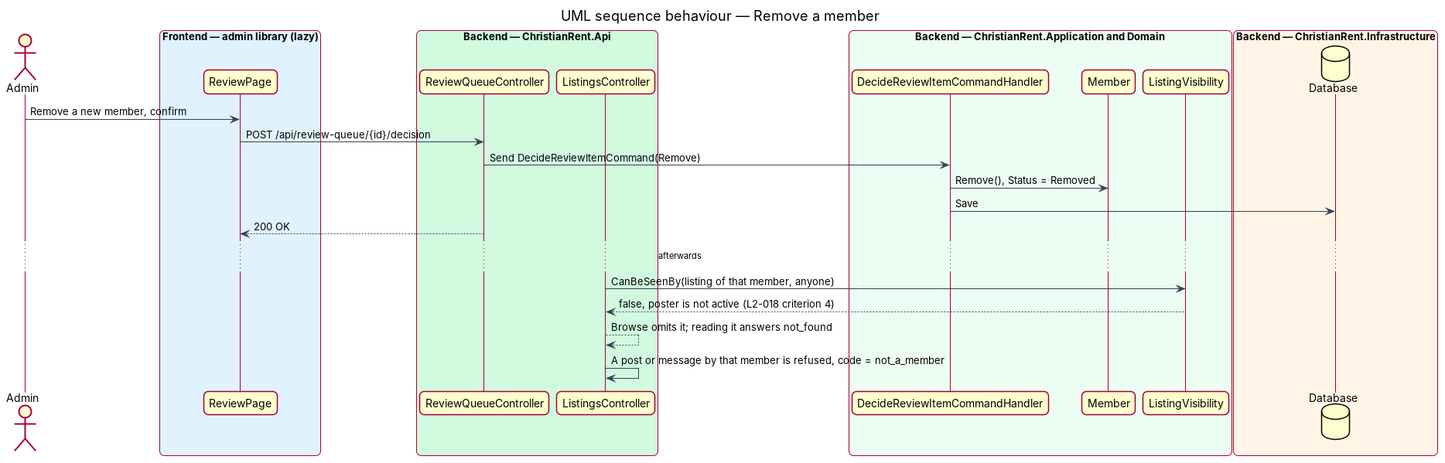
Before: docs/detailed-designs/members/verify-members-and-churches/diagrams/sequence-remove-member.png, a diagram exported from PlantUML (QuinntyneBrown/christian-rent). Its source is kept beside it as docs/detailed-designs/members/verify-members-and-churches/diagrams/sequence-remove-member.puml.
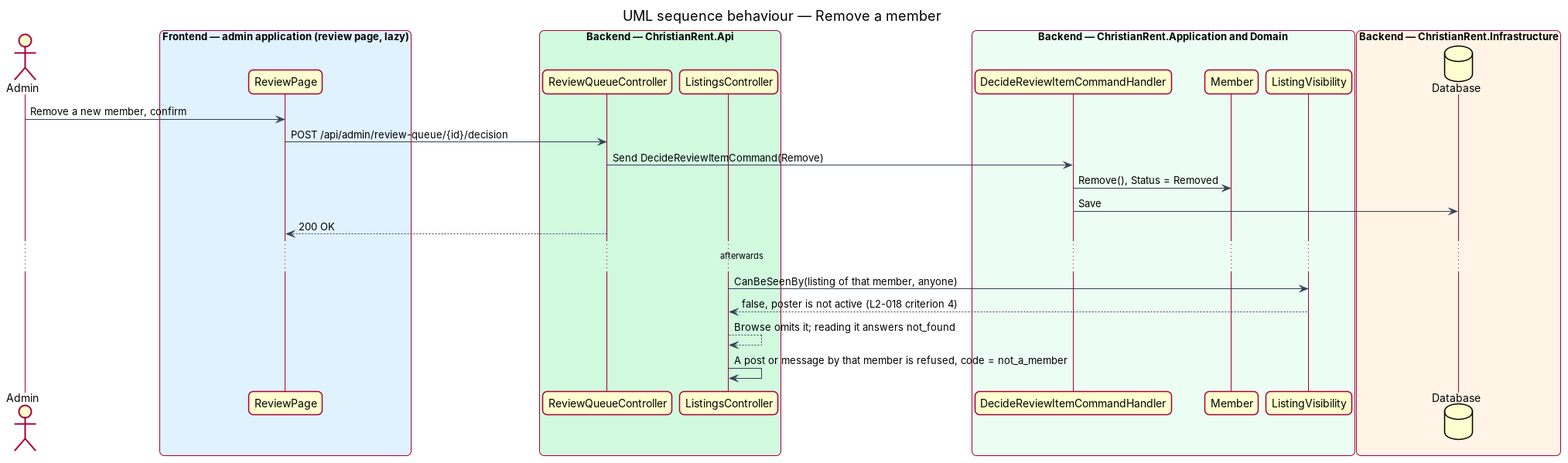
After the commit.

Diff of the diagram source:
```diff
@@ -15,7 +15,7 @@
   BackgroundColor #F9FAFB
 }
 actor "Admin" as actor
-box "Frontend — admin library (lazy)" #E0F2FE
+box "Frontend — admin application (review page, lazy)" #E0F2FE
   participant "ReviewPage" as review
 end box
 box "Backend — ChristianRent.Api" #D1FADF
@@ -31,7 +31,7 @@
   database "Database" as db
 end box
 actor -> review : Remove a new member, confirm
-review -> ctrl : POST /api/review-queue/{id}/decision
+review -> ctrl : POST /api/admin/review-queue/{id}/decision
 ctrl -> dec : Send DecideReviewItemCommand(Remove)
 dec -> member : Remove(), Status = Removed
 dec -> db : Save
```
